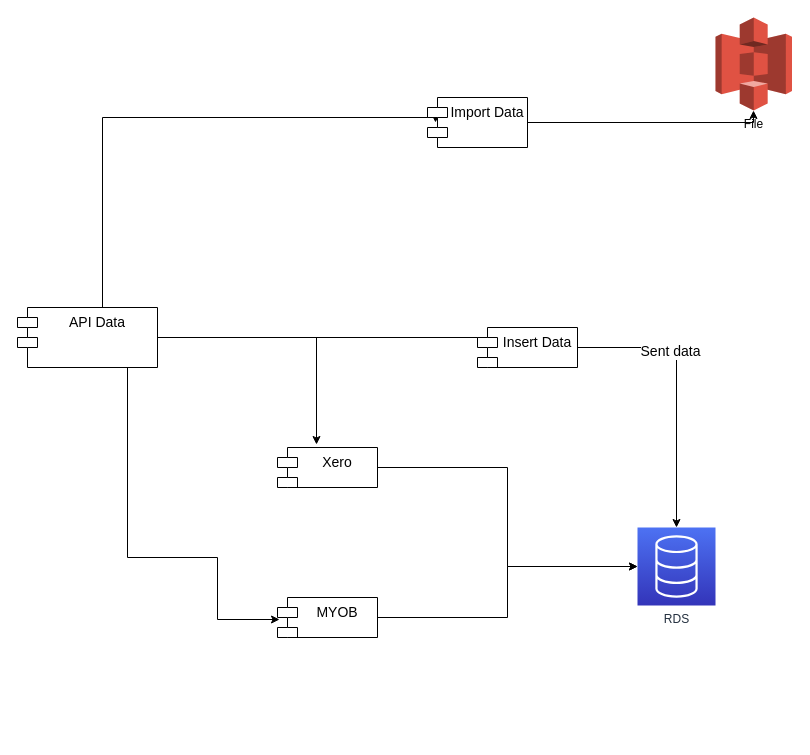
Before: page "Data Components" (5 of 5) of Untitled Diagram.drawio in CarlosSaltaren/revenpro, a draw.io diagram. Source tidied: cells renumbered, new cells numbered last; positions are measured from the earlier drawing's top-left corner, leaving out a move shared by most shapes. Both pictures are drawn from the tidied source at 100%, with x=0, y=0 at pixel (17, 17).
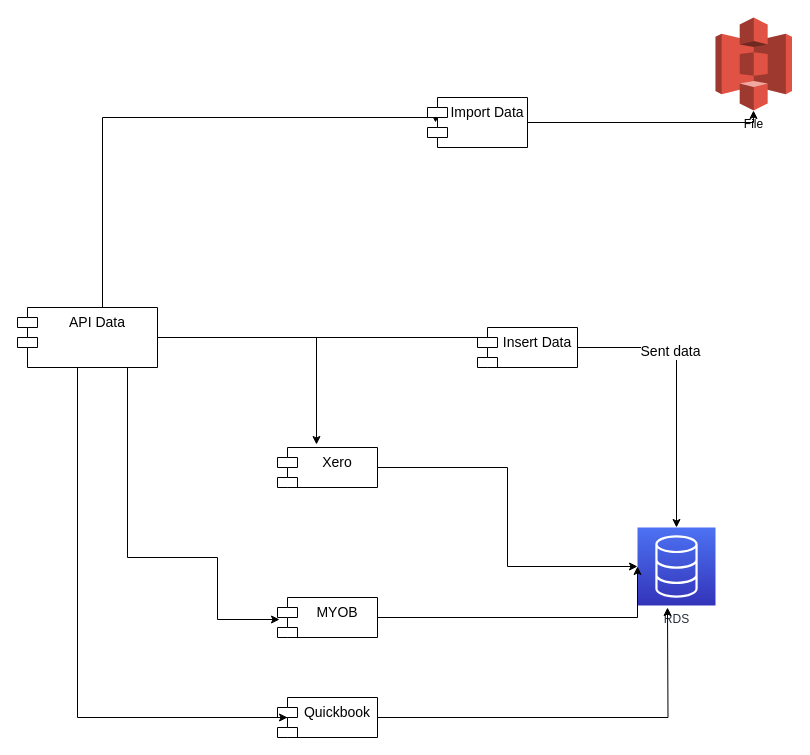
The same diagram, later.

The change refers to these unchanged cells:
```xml
<mxCell id="3" value="RDS" style="points=[[0,0,0],[0.25,0,0],[0.5,0,0],[0.75,0,0],[1,0,0],[0,1,0],[0.25,1,0],[0.5,1,0],[0.75,1,0],[1,1,0],[0,0.25,0],[0,0.5,0],[0,0.75,0],[1,0.25,0],[1,0.5,0],[1,0.75,0]];outlineConnect=0;fontColor=#232F3E;gradientColor=#4D72F3;gradientDirection=north;fillColor=#3334B9;strokeColor=#ffffff;dashed=0;verticalLabelPosition=bottom;verticalAlign=top;align=center;html=1;fontSize=12;fontStyle=0;shape=mxgraph.aws4.resourceIcon;resIcon=mxgraph.aws4.database;" parent="1" vertex="1">
  <mxGeometry x="620" y="510" width="78" height="78" as="geometry" />
</mxCell>
<mxCell id="9" value="API Data" style="shape=module;align=left;spacingLeft=20;align=center;verticalAlign=top;fontSize=14;" parent="1" vertex="1">
  <mxGeometry y="290" width="140" height="60" as="geometry" />
</mxCell>
<mxCell id="15" value="MYOB" style="shape=module;align=left;spacingLeft=20;align=center;verticalAlign=top;fontSize=14;" parent="1" vertex="1">
  <mxGeometry x="260" y="580" width="100" height="40" as="geometry" />
</mxCell>
```

Change to the diagram source:
```diff
@@
     <mxCell id="17" style="edgeStyle=orthogonalEdgeStyle;rounded=0;jettySize=auto;html=1;entryX=0;entryY=0.5;entryDx=0;entryDy=0;entryPerimeter=0;" parent="1" edge="1" source="15" target="3">
-      <mxGeometry relative="1" as="geometry" />
+      <mxGeometry relative="1" as="geometry">
+        <Array as="points">
+          <mxPoint x="620" y="600" />
+        </Array>
+      </mxGeometry>
     </mxCell>
+    <mxCell id="18" style="edgeStyle=orthogonalEdgeStyle;rounded=0;jettySize=auto;html=1;" parent="1" edge="1" source="19">
+      <mxGeometry relative="1" as="geometry">
+        <mxPoint x="650" y="590" as="targetPoint" />
+      </mxGeometry>
+    </mxCell>
+    <mxCell id="19" value="Quickbook" style="shape=module;align=left;spacingLeft=20;align=center;verticalAlign=top;fontSize=14;" parent="1" vertex="1">
+      <mxGeometry x="260" y="680" width="100" height="40" as="geometry" />
+    </mxCell>
+    <mxCell id="20" style="edgeStyle=orthogonalEdgeStyle;rounded=0;jettySize=auto;html=1;entryX=0.1;entryY=0.5;entryDx=0;entryDy=0;entryPerimeter=0;" parent="1" edge="1" source="9" target="19">
+      <mxGeometry relative="1" as="geometry">
+        <Array as="points">
+          <mxPoint x="60" y="700" />
+        </Array>
+      </mxGeometry>
+    </mxCell>
```
